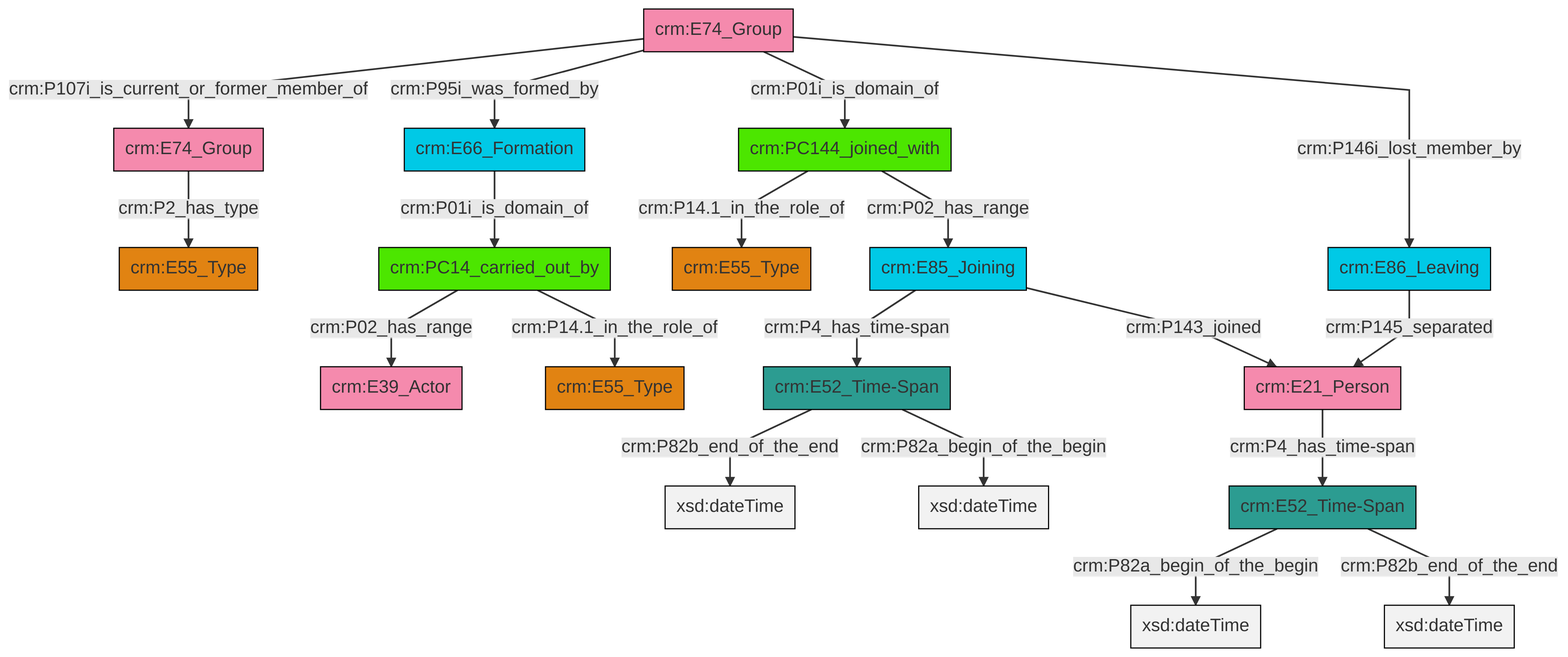
Before: et/groupCSV/ttl/mmd/png/group_actor_relations.png, a diagram exported from Mermaid (swiss-art-research-net/docs.swissartresearch). Its source is kept beside it as et/groupCSV/ttl/mmd/group_actor_relations.ttl.mmd.
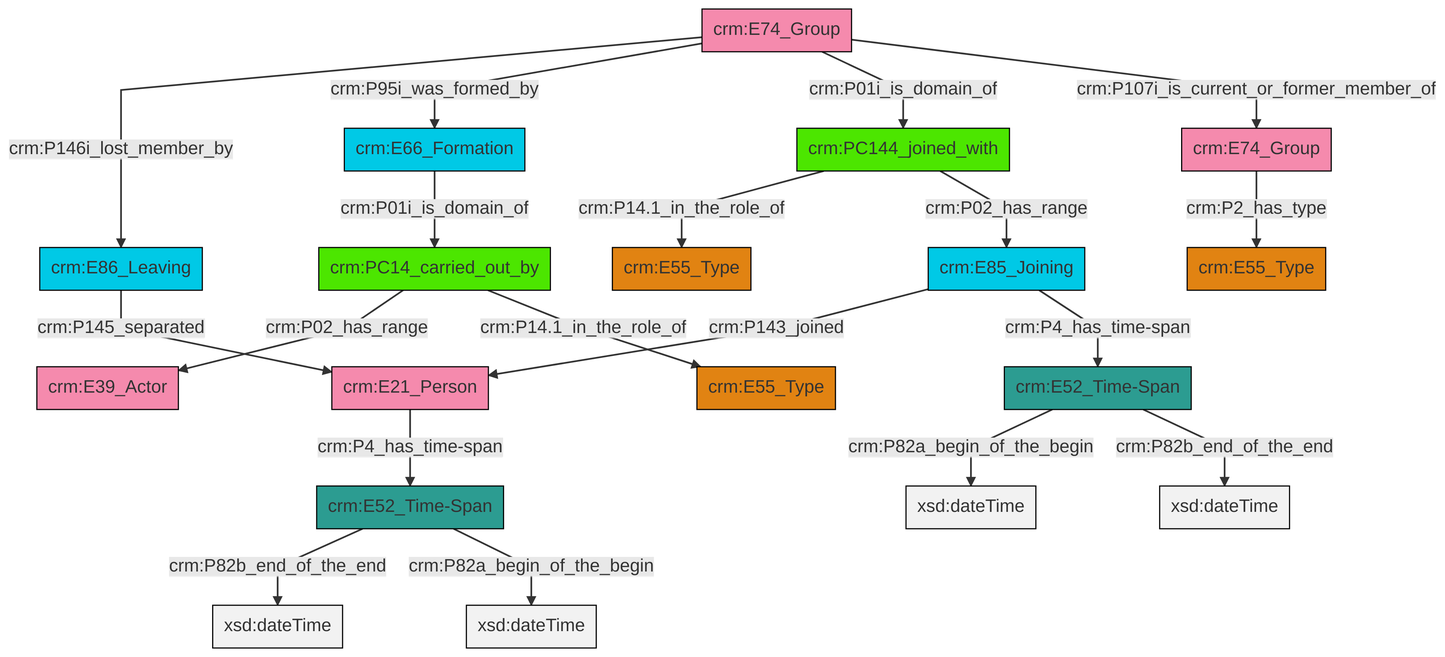
After the commit.

What changed in the source:
```diff
@@ -13,21 +13,21 @@
 classDef PC_Classes fill:#4ce600, stroke:#000000;
 classDef Multi fill:#cccccc,stroke:#000000;
 
-0["crm:PC144_joined_with"]:::PC_Classes -->|crm:P14.1_in_the_role_of| 1["crm:E55_Type"]:::Type
-2["crm:E86_Leaving"]:::Temporal_Entity -->|crm:P145_separated| 3["crm:E21_Person"]:::Actor
-5["crm:E52_Time-Span"]:::Time-Span -->|crm:P82a_begin_of_the_begin| 6[xsd:dateTime]:::Literal
-7["crm:E52_Time-Span"]:::Time-Span -->|crm:P82b_end_of_the_end| 8[xsd:dateTime]:::Literal
-7["crm:E52_Time-Span"]:::Time-Span -->|crm:P82a_begin_of_the_begin| 11[xsd:dateTime]:::Literal
-0["crm:PC144_joined_with"]:::PC_Classes -->|crm:P02_has_range| 12["crm:E85_Joining"]:::Temporal_Entity
-13["crm:E74_Group"]:::Actor -->|crm:P107i_is_current_or_former_member_of| 14["crm:E74_Group"]:::Actor
-3["crm:E21_Person"]:::Actor -->|crm:P4_has_time-span| 5["crm:E52_Time-Span"]:::Time-Span
-14["crm:E74_Group"]:::Actor -->|crm:P2_has_type| 21["crm:E55_Type"]:::Type
-24["crm:PC14_carried_out_by"]:::PC_Classes -->|crm:P02_has_range| 18["crm:E39_Actor"]:::Actor
-13["crm:E74_Group"]:::Actor -->|crm:P95i_was_formed_by| 25["crm:E66_Formation"]:::Temporal_Entity
-13["crm:E74_Group"]:::Actor -->|crm:P01i_is_domain_of| 0["crm:PC144_joined_with"]:::PC_Classes
-12["crm:E85_Joining"]:::Temporal_Entity -->|crm:P4_has_time-span| 7["crm:E52_Time-Span"]:::Time-Span
-25["crm:E66_Formation"]:::Temporal_Entity -->|crm:P01i_is_domain_of| 24["crm:PC14_carried_out_by"]:::PC_Classes
-24["crm:PC14_carried_out_by"]:::PC_Classes -->|crm:P14.1_in_the_role_of| 9["crm:E55_Type"]:::Type
-12["crm:E85_Joining"]:::Temporal_Entity -->|crm:P143_joined| 3["crm:E21_Person"]:::Actor
-5["crm:E52_Time-Span"]:::Time-Span -->|crm:P82b_end_of_the_end| 33[xsd:dateTime]:::Literal
-13["crm:E74_Group"]:::Actor -->|crm:P146i_lost_member_by| 2["crm:E86_Leaving"]:::Temporal_Entity
+6["crm:E74_Group"]:::Actor -->|crm:P146i_lost_member_by| 7["crm:E86_Leaving"]:::Temporal_Entity
+7["crm:E86_Leaving"]:::Temporal_Entity -->|crm:P145_separated| 8["crm:E21_Person"]:::Actor
+9["crm:E52_Time-Span"]:::Time-Span -->|crm:P82b_end_of_the_end| 10[xsd:dateTime]:::Literal
+6["crm:E74_Group"]:::Actor -->|crm:P95i_was_formed_by| 11["crm:E66_Formation"]:::Temporal_Entity
+12["crm:PC14_carried_out_by"]:::PC_Classes -->|crm:P02_has_range| 2["crm:E39_Actor"]:::Actor
+13["crm:E85_Joining"]:::Temporal_Entity -->|crm:P143_joined| 8["crm:E21_Person"]:::Actor
+15["crm:PC144_joined_with"]:::PC_Classes -->|crm:P14.1_in_the_role_of| 0["crm:E55_Type"]:::Type
+6["crm:E74_Group"]:::Actor -->|crm:P01i_is_domain_of| 15["crm:PC144_joined_with"]:::PC_Classes
+16["crm:E52_Time-Span"]:::Time-Span -->|crm:P82a_begin_of_the_begin| 17[xsd:dateTime]:::Literal
+16["crm:E52_Time-Span"]:::Time-Span -->|crm:P82b_end_of_the_end| 24[xsd:dateTime]:::Literal
+13["crm:E85_Joining"]:::Temporal_Entity -->|crm:P4_has_time-span| 16["crm:E52_Time-Span"]:::Time-Span
+8["crm:E21_Person"]:::Actor -->|crm:P4_has_time-span| 9["crm:E52_Time-Span"]:::Time-Span
+12["crm:PC14_carried_out_by"]:::PC_Classes -->|crm:P14.1_in_the_role_of| 27["crm:E55_Type"]:::Type
+9["crm:E52_Time-Span"]:::Time-Span -->|crm:P82a_begin_of_the_begin| 31[xsd:dateTime]:::Literal
+11["crm:E66_Formation"]:::Temporal_Entity -->|crm:P01i_is_domain_of| 12["crm:PC14_carried_out_by"]:::PC_Classes
+6["crm:E74_Group"]:::Actor -->|crm:P107i_is_current_or_former_member_of| 4["crm:E74_Group"]:::Actor
+4["crm:E74_Group"]:::Actor -->|crm:P2_has_type| 18["crm:E55_Type"]:::Type
+15["crm:PC144_joined_with"]:::PC_Classes -->|crm:P02_has_range| 13["crm:E85_Joining"]:::Temporal_Entity
```
